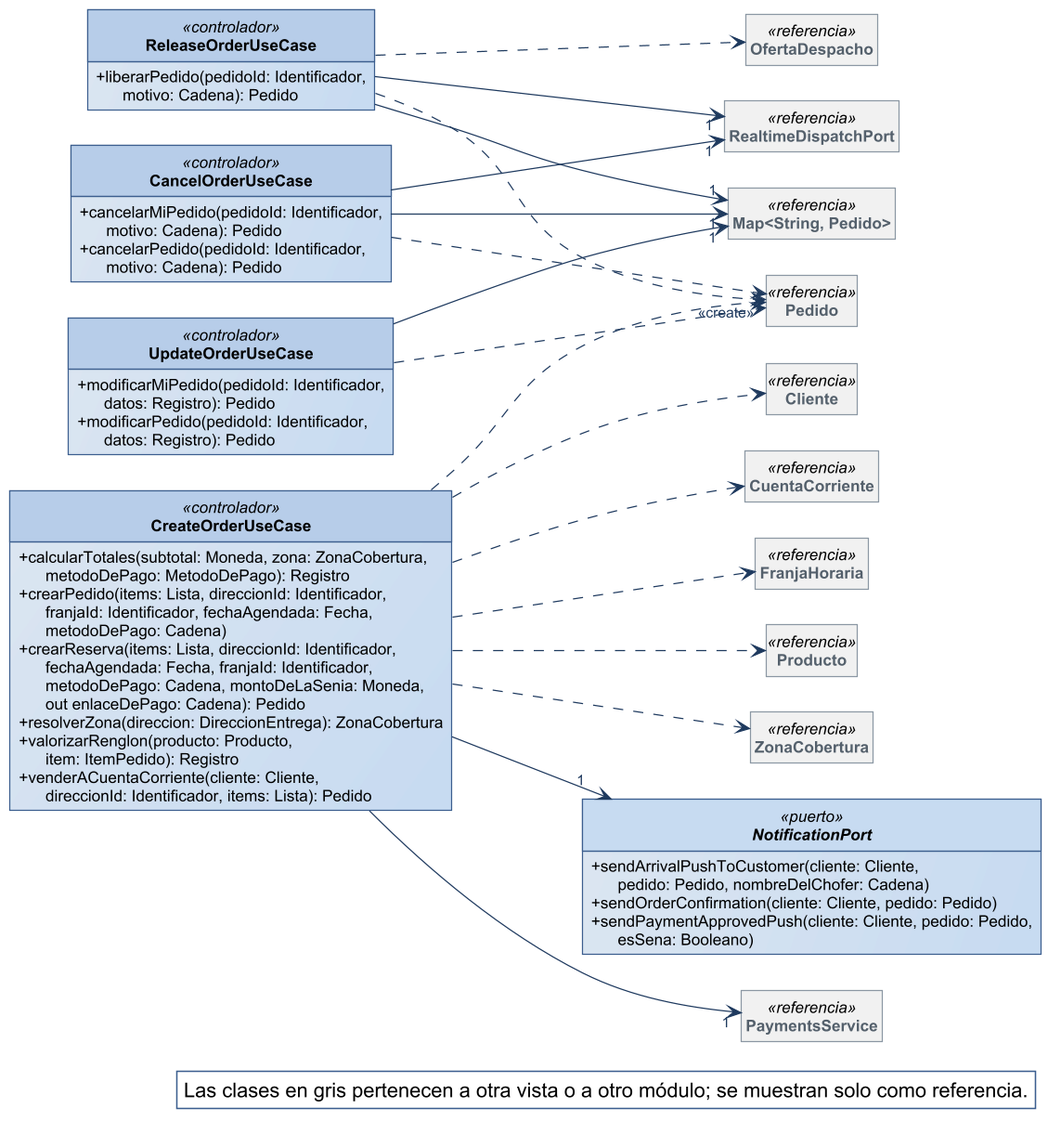
Nahuelito-Dev/splg-docs keeps this PlantUML diagram as diagramas/clases-diseno/DC_Mod_Pedidos-alta.png. Above is the earlier version.
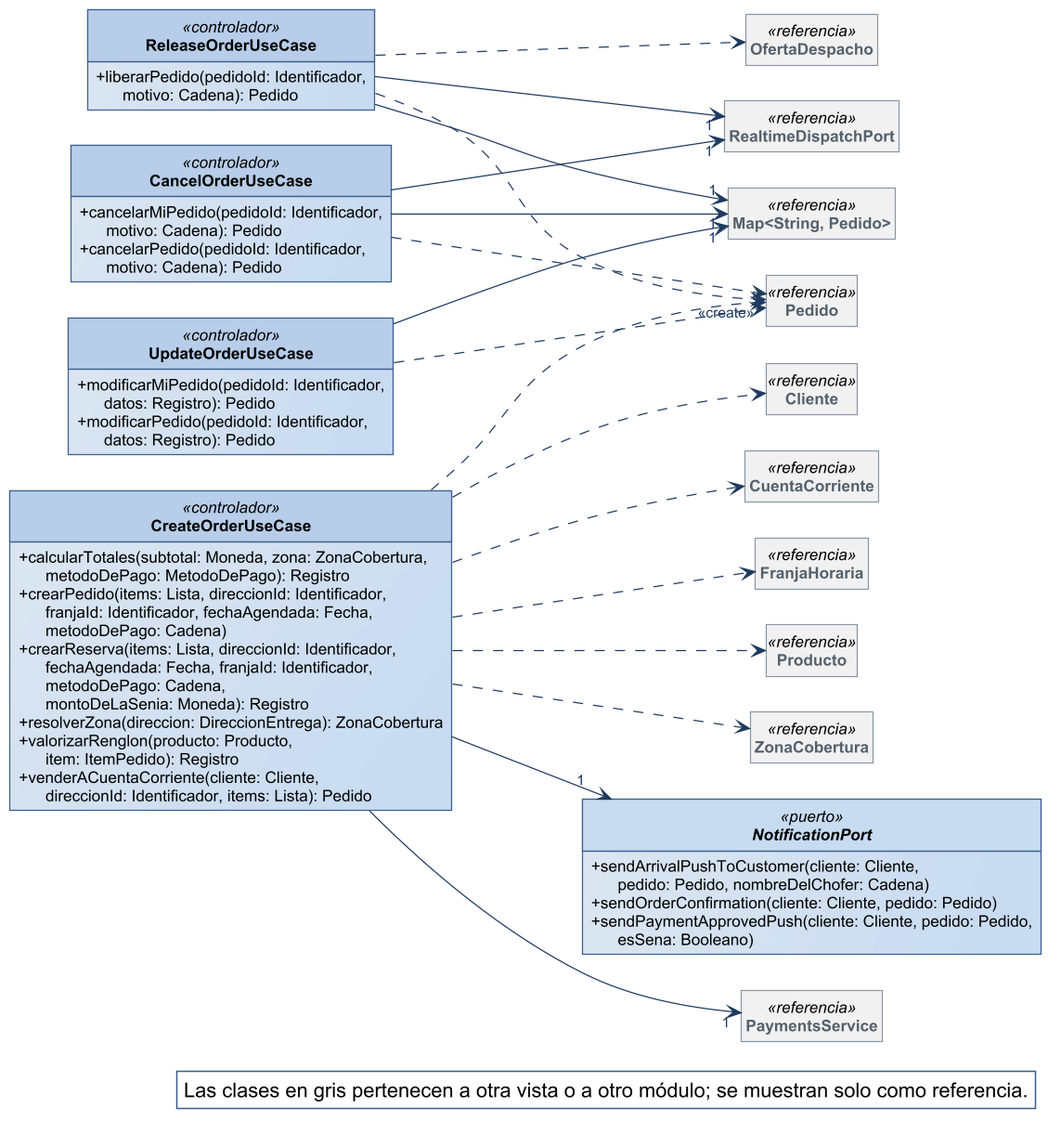
After the commit.

Diff of the diagram source:
```diff
@@ -33,7 +33,7 @@
 class CreateOrderUseCase <<controlador>> {
   + calcularTotales(subtotal: Moneda, zona: ZonaCobertura,\n      metodoDePago: MetodoDePago): Registro
   + crearPedido(items: Lista, direccionId: Identificador,\n      franjaId: Identificador, fechaAgendada: Fecha,\n      metodoDePago: Cadena)
-  + crearReserva(items: Lista, direccionId: Identificador,\n      fechaAgendada: Fecha, franjaId: Identificador,\n      metodoDePago: Cadena, montoDeLaSenia: Moneda,\n      out enlaceDePago: Cadena): Pedido
+  + crearReserva(items: Lista, direccionId: Identificador,\n      fechaAgendada: Fecha, franjaId: Identificador,\n      metodoDePago: Cadena,\n      montoDeLaSenia: Moneda): Registro
   + resolverZona(direccion: DireccionEntrega): ZonaCobertura
   + valorizarRenglon(producto: Producto,\n      item: ItemPedido): Registro
   + venderACuentaCorriente(cliente: Cliente,\n      direccionId: Identificador, items: Lista): Pedido
```
